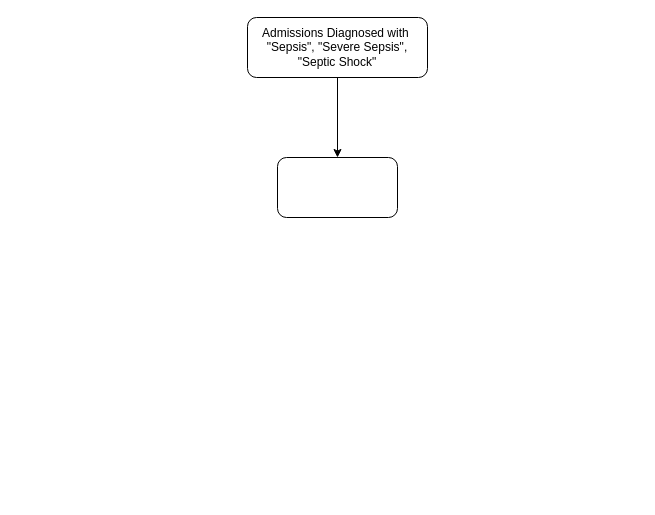
Above: MIMICDataPreprocessing.drawio in Aftab571/MasterThesisFinal (draw.io), before the change. Source tidied: cells renumbered, new cells numbered last; positions are measured from the earlier drawing's top-left corner, leaving out a move shared by most shapes. Both pictures are drawn from the tidied source at 100%, with x=0, y=0 at pixel (247, 17).
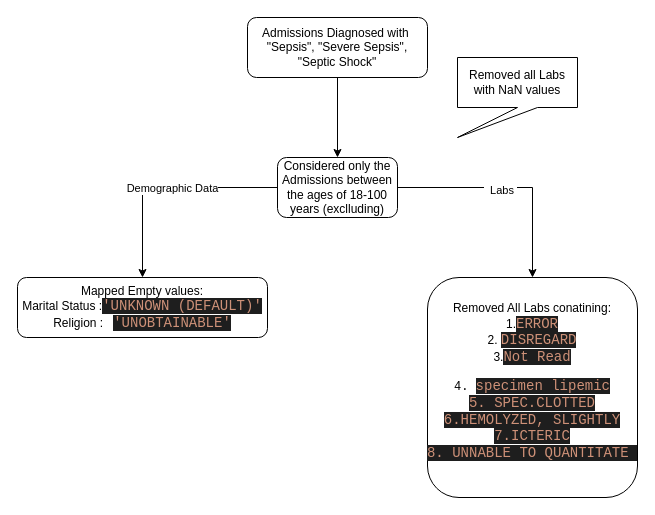
Above is the later version.

Change to the diagram source:
```diff
@@
 <mxGraphModel>
   <root>
     <mxCell id="0" />
     <mxCell id="1" parent="0" />
     <mxCell id="2" style="edgeStyle=orthogonalEdgeStyle;rounded=0;jettySize=auto;html=1;" parent="1" edge="1" source="3" target="4">
       <mxGeometry relative="1" as="geometry" />
     </mxCell>
     <mxCell id="3" value="Admissions Diagnosed with&amp;nbsp;&lt;br&gt;&quot;Sepsis&quot;, &quot;Severe Sepsis&quot;, &quot;Septic Shock&quot;" style="rounded=1;whiteSpace=wrap;html=1;" parent="1" vertex="1">
       <mxGeometry width="180" height="60" as="geometry" />
     </mxCell>
+    <mxCell id="5" style="edgeStyle=orthogonalEdgeStyle;rounded=0;jettySize=auto;html=1;" parent="1" edge="1" source="4" target="10">
+      <mxGeometry relative="1" as="geometry" />
+    </mxCell>
+    <mxCell id="6" value="Demographic Data" style="edgeLabel;html=1;align=center;verticalAlign=middle;" parent="5" vertex="1">
+      <mxGeometry x="-0.06" relative="1" as="geometry" />
+    </mxCell>
+    <mxCell id="7" style="edgeStyle=orthogonalEdgeStyle;rounded=0;jettySize=auto;html=1;" parent="1" edge="1" source="4" target="11">
+      <mxGeometry relative="1" as="geometry" />
+    </mxCell>
+    <mxCell id="8" value="&amp;nbsp; Labs&amp;nbsp;" style="edgeLabel;html=1;align=center;verticalAlign=middle;" parent="7" vertex="1">
+      <mxGeometry x="-0.09" y="-2" relative="1" as="geometry" />
+    </mxCell>
-    <mxCell id="4" style="whiteSpace=wrap;html=1;rounded=1;" parent="1" vertex="1">
+    <mxCell id="4" value="Considered only the Admissions between the ages of 18-100 years (exclluding)" style="whiteSpace=wrap;html=1;rounded=1;" parent="1" vertex="1">
       <mxGeometry x="30" y="140" width="120" height="60" as="geometry" />
     </mxCell>
+    <mxCell id="9" value="Removed all Labs with NaN values" style="shape=callout;whiteSpace=wrap;html=1;perimeter=calloutPerimeter;position2=0;" parent="1" vertex="1">
+      <mxGeometry x="210" y="40" width="120" height="80" as="geometry" />
+    </mxCell>
+    <mxCell id="10" value="Mapped Empty values:&lt;br&gt;Marital Status :&lt;span style=&quot;color: rgb(206, 145, 120); background-color: rgb(30, 30, 30); font-family: Consolas, &amp;quot;Courier New&amp;quot;, monospace; font-size: 14px;&quot;&gt;'UNKNOWN&amp;nbsp;(DEFAULT)'&lt;br&gt;&lt;/span&gt;&lt;span style=&quot;background-color: initial;&quot;&gt;Religion :&amp;nbsp; &amp;nbsp;&lt;/span&gt;&lt;span style=&quot;color: rgb(206, 145, 120); background-color: rgb(30, 30, 30); font-family: Consolas, &amp;quot;Courier New&amp;quot;, monospace; font-size: 14px;&quot;&gt;'UNOBTAINABLE'&lt;/span&gt;" style="whiteSpace=wrap;html=1;rounded=1;" parent="1" vertex="1">
+      <mxGeometry x="-230" y="260" width="250" height="60" as="geometry" />
+    </mxCell>
+    <mxCell id="11" value="Removed All Labs conatining:&lt;br&gt;1.&lt;span style=&quot;color: rgb(206, 145, 120); background-color: rgb(30, 30, 30); font-family: Consolas, &amp;quot;Courier New&amp;quot;, monospace; font-size: 14px;&quot;&gt;ERROR&lt;/span&gt;&lt;br&gt;2.&amp;nbsp;&lt;span style=&quot;color: rgb(206, 145, 120); background-color: rgb(30, 30, 30); font-family: Consolas, &amp;quot;Courier New&amp;quot;, monospace; font-size: 14px;&quot;&gt;DISREGARD&lt;/span&gt;&lt;br&gt;3.&lt;font face=&quot;Consolas, Courier New, monospace&quot; color=&quot;#ce9178&quot;&gt;&lt;span style=&quot;font-size: 14px; background-color: rgb(30, 30, 30);&quot;&gt;Not Read&lt;/span&gt;&lt;/font&gt;&lt;pre&gt;4.&amp;nbsp;&lt;span style=&quot;color: rgb(206, 145, 120); background-color: rgb(30, 30, 30); font-family: Consolas, &amp;quot;Courier New&amp;quot;, monospace; font-size: 14px;&quot;&gt;specimen&amp;nbsp;lipemic&lt;/span&gt;&lt;span style=&quot;color: rgb(206, 145, 120); background-color: rgb(30, 30, 30); font-family: Consolas, &amp;quot;Courier New&amp;quot;, monospace; font-size: 14px;&quot;&gt;&lt;br&gt;&lt;/span&gt;&lt;span style=&quot;color: rgb(206, 145, 120); background-color: rgb(30, 30, 30); font-family: Consolas, &amp;quot;Courier New&amp;quot;, monospace; font-size: 14px;&quot;&gt;5. &lt;/span&gt;&lt;span style=&quot;color: rgb(206, 145, 120); background-color: rgb(30, 30, 30); font-family: Consolas, &amp;quot;Courier New&amp;quot;, monospace; font-size: 14px;&quot;&gt;SPEC.CLOTTED&lt;br&gt;&lt;/span&gt;&lt;span style=&quot;background-color: rgb(30, 30, 30); color: rgb(206, 145, 120); font-family: Consolas, &amp;quot;Courier New&amp;quot;, monospace; font-size: 14px;&quot;&gt;6.&lt;/span&gt;&lt;span style=&quot;color: rgb(206, 145, 120); background-color: rgb(30, 30, 30); font-family: Consolas, &amp;quot;Courier New&amp;quot;, monospace; font-size: 14px;&quot;&gt;HEMOLYZED,&amp;nbsp;SLIGHTLY&lt;br&gt;&lt;/span&gt;&lt;span style=&quot;background-color: rgb(30, 30, 30); color: rgb(206, 145, 120); font-family: Consolas, &amp;quot;Courier New&amp;quot;, monospace; font-size: 14px;&quot;&gt;7.&lt;/span&gt;&lt;span style=&quot;color: rgb(206, 145, 120); background-color: rgb(30, 30, 30); font-family: Consolas, &amp;quot;Courier New&amp;quot;, monospace; font-size: 14px;&quot;&gt;ICTERIC&lt;br&gt;&lt;/span&gt;&lt;span style=&quot;background-color: rgb(30, 30, 30); color: rgb(206, 145, 120); font-family: Consolas, &amp;quot;Courier New&amp;quot;, monospace; font-size: 14px;&quot;&gt;8.&amp;nbsp;&lt;/span&gt;&lt;span style=&quot;color: rgb(206, 145, 120); background-color: rgb(30, 30, 30); font-family: Consolas, &amp;quot;Courier New&amp;quot;, monospace; font-size: 14px;&quot;&gt;UNNABLE&amp;nbsp;TO&amp;nbsp;QUANTITATE&lt;/span&gt;&lt;span style=&quot;background-color: rgb(30, 30, 30); color: rgb(206, 145, 120); font-family: Consolas, &amp;quot;Courier New&amp;quot;, monospace; font-size: 14px;&quot;&gt;&amp;nbsp;&lt;/span&gt;&lt;/pre&gt;" style="whiteSpace=wrap;html=1;rounded=1;" parent="1" vertex="1">
+      <mxGeometry x="180" y="260" width="210" height="220" as="geometry" />
+    </mxCell>
   </root>
 </mxGraphModel>
```
